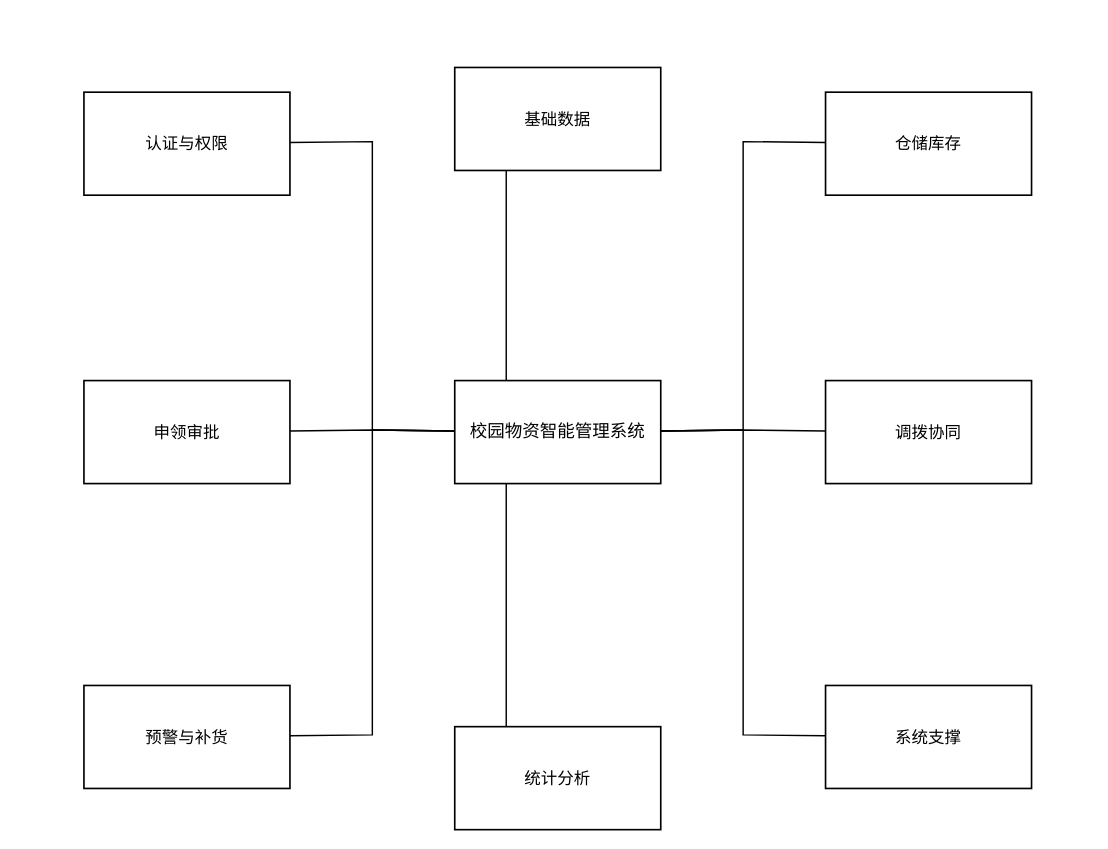
beinuela/GraProject-codex keeps this draw.io diagram as output/doc/figures/drawio/fig_3_2_modules.drawio. Above is the earlier version. Source tidied: cells renumbered, new cells numbered last; positions are measured from the earlier drawing's top-left corner, leaving out a move shared by most shapes. Both pictures are drawn from the tidied source at 103%, with x=0, y=0 at pixel (83, 67).
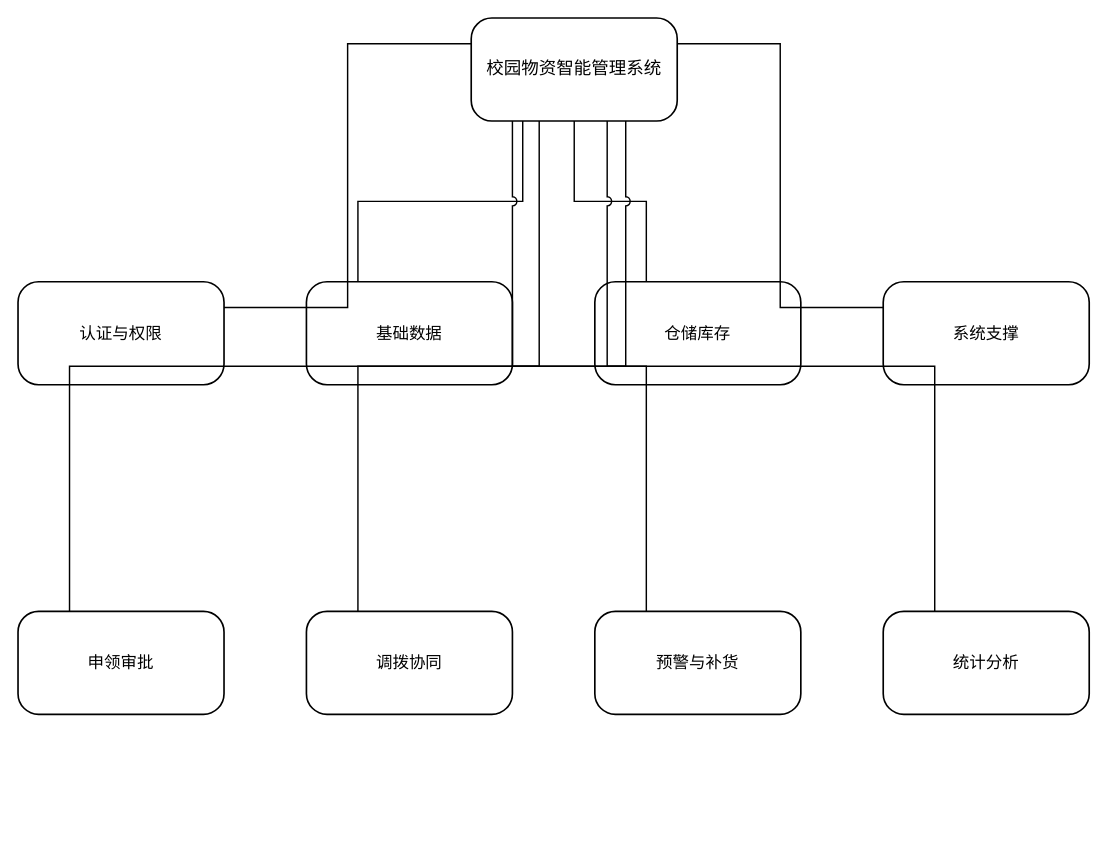
The same diagram, later.

What changed in the source:
```diff
@@
-    <mxCell id="2" value="校园物资智能管理系统" style="shape=rectangle;rounded=0;html=1;whiteSpace=wrap;fillColor=#FFFFFF;strokeColor=#000000;strokeWidth=1.6;fontColor=#000000;fontSize=17;fontFamily=Times New Roman, Georgia, serif;verticalAlign=middle;align=center;" parent="1" vertex="1">
-      <mxGeometry x="360" y="304" width="200" height="100" as="geometry" />
+    <mxCell id="2" value="校园物资智能管理系统" style="rounded=1;arcSize=20;html=1;whiteSpace=wrap;fillColor=#FFFFFF;strokeColor=#000000;strokeWidth=1.6;fontColor=#000000;fontSize=17;fontFamily=Times New Roman, Georgia, serif;verticalAlign=middle;align=center;" parent="1" vertex="1">
+      <mxGeometry x="376" y="-48" width="200" height="100" as="geometry" />
     </mxCell>
-    <mxCell id="3" value="认证与权限" style="shape=rectangle;rounded=0;html=1;whiteSpace=wrap;fillColor=#FFFFFF;strokeColor=#000000;strokeWidth=1.6;fontColor=#000000;fontSize=16;fontFamily=Times New Roman, Georgia, serif;verticalAlign=middle;align=center;" parent="1" vertex="1">
-      <mxGeometry y="24" width="200" height="100" as="geometry" />
+    <mxCell id="3" value="认证与权限" style="rounded=1;arcSize=20;html=1;whiteSpace=wrap;fillColor=#FFFFFF;strokeColor=#000000;strokeWidth=1.6;fontColor=#000000;fontSize=16;fontFamily=Times New Roman, Georgia, serif;verticalAlign=middle;align=center;" parent="1" vertex="1">
+      <mxGeometry x="-64" y="208" width="200" height="100" as="geometry" />
     </mxCell>
-    <mxCell id="4" value="基础数据" style="shape=rectangle;rounded=0;html=1;whiteSpace=wrap;fillColor=#FFFFFF;strokeColor=#000000;strokeWidth=1.6;fontColor=#000000;fontSize=16;fontFamily=Times New Roman, Georgia, serif;verticalAlign=middle;align=center;" parent="1" vertex="1">
-      <mxGeometry x="360" width="200" height="100" as="geometry" />
+    <mxCell id="4" value="基础数据" style="rounded=1;arcSize=20;html=1;whiteSpace=wrap;fillColor=#FFFFFF;strokeColor=#000000;strokeWidth=1.6;fontColor=#000000;fontSize=16;fontFamily=Times New Roman, Georgia, serif;verticalAlign=middle;align=center;" parent="1" vertex="1">
+      <mxGeometry x="216" y="208" width="200" height="100" as="geometry" />
     </mxCell>
-    <mxCell id="5" value="仓储库存" style="shape=rectangle;rounded=0;html=1;whiteSpace=wrap;fillColor=#FFFFFF;strokeColor=#000000;strokeWidth=1.6;fontColor=#000000;fontSize=16;fontFamily=Times New Roman, Georgia, serif;verticalAlign=middle;align=center;" parent="1" vertex="1">
-      <mxGeometry x="720" y="24" width="200" height="100" as="geometry" />
+    <mxCell id="5" value="仓储库存" style="rounded=1;arcSize=20;html=1;whiteSpace=wrap;fillColor=#FFFFFF;strokeColor=#000000;strokeWidth=1.6;fontColor=#000000;fontSize=16;fontFamily=Times New Roman, Georgia, serif;verticalAlign=middle;align=center;" parent="1" vertex="1">
+      <mxGeometry x="496" y="208" width="200" height="100" as="geometry" />
     </mxCell>
-    <mxCell id="6" value="申领审批" style="shape=rectangle;rounded=0;html=1;whiteSpace=wrap;fillColor=#FFFFFF;strokeColor=#000000;strokeWidth=1.6;fontColor=#000000;fontSize=16;fontFamily=Times New Roman, Georgia, serif;verticalAlign=middle;align=center;" parent="1" vertex="1">
-      <mxGeometry y="304" width="200" height="100" as="geometry" />
+    <mxCell id="6" value="申领审批" style="rounded=1;arcSize=20;html=1;whiteSpace=wrap;fillColor=#FFFFFF;strokeColor=#000000;strokeWidth=1.6;fontColor=#000000;fontSize=16;fontFamily=Times New Roman, Georgia, serif;verticalAlign=middle;align=center;" parent="1" vertex="1">
+      <mxGeometry x="-64" y="528" width="200" height="100" as="geometry" />
     </mxCell>
-    <mxCell id="7" value="调拨协同" style="shape=rectangle;rounded=0;html=1;whiteSpace=wrap;fillColor=#FFFFFF;strokeColor=#000000;strokeWidth=1.6;fontColor=#000000;fontSize=16;fontFamily=Times New Roman, Georgia, serif;verticalAlign=middle;align=center;" parent="1" vertex="1">
-      <mxGeometry x="720" y="304" width="200" height="100" as="geometry" />
+    <mxCell id="7" value="调拨协同" style="rounded=1;arcSize=20;html=1;whiteSpace=wrap;fillColor=#FFFFFF;strokeColor=#000000;strokeWidth=1.6;fontColor=#000000;fontSize=16;fontFamily=Times New Roman, Georgia, serif;verticalAlign=middle;align=center;" parent="1" vertex="1">
+      <mxGeometry x="216" y="528" width="200" height="100" as="geometry" />
     </mxCell>
-    <mxCell id="8" value="预警与补货" style="shape=rectangle;rounded=0;html=1;whiteSpace=wrap;fillColor=#FFFFFF;strokeColor=#000000;strokeWidth=1.6;fontColor=#000000;fontSize=16;fontFamily=Times New Roman, Georgia, serif;verticalAlign=middle;align=center;" parent="1" vertex="1">
-      <mxGeometry y="600" width="200" height="100" as="geometry" />
+    <mxCell id="8" value="预警与补货" style="rounded=1;arcSize=20;html=1;whiteSpace=wrap;fillColor=#FFFFFF;strokeColor=#000000;strokeWidth=1.6;fontColor=#000000;fontSize=16;fontFamily=Times New Roman, Georgia, serif;verticalAlign=middle;align=center;" parent="1" vertex="1">
+      <mxGeometry x="496" y="528" width="200" height="100" as="geometry" />
     </mxCell>
-    <mxCell id="9" value="统计分析" style="shape=rectangle;rounded=0;html=1;whiteSpace=wrap;fillColor=#FFFFFF;strokeColor=#000000;strokeWidth=1.6;fontColor=#000000;fontSize=16;fontFamily=Times New Roman, Georgia, serif;verticalAlign=middle;align=center;" parent="1" vertex="1">
-      <mxGeometry x="360" y="640" width="200" height="100" as="geometry" />
+    <mxCell id="9" value="统计分析" style="rounded=1;arcSize=20;html=1;whiteSpace=wrap;fillColor=#FFFFFF;strokeColor=#000000;strokeWidth=1.6;fontColor=#000000;fontSize=16;fontFamily=Times New Roman, Georgia, serif;verticalAlign=middle;align=center;" parent="1" vertex="1">
+      <mxGeometry x="776" y="528" width="200" height="100" as="geometry" />
     </mxCell>
-    <mxCell id="10" value="系统支撑" style="shape=rectangle;rounded=0;html=1;whiteSpace=wrap;fillColor=#FFFFFF;strokeColor=#000000;strokeWidth=1.6;fontColor=#000000;fontSize=16;fontFamily=Times New Roman, Georgia, serif;verticalAlign=middle;align=center;" parent="1" vertex="1">
-      <mxGeometry x="720" y="600" width="200" height="100" as="geometry" />
+    <mxCell id="10" value="系统支撑" style="rounded=1;arcSize=20;html=1;whiteSpace=wrap;fillColor=#FFFFFF;strokeColor=#000000;strokeWidth=1.6;fontColor=#000000;fontSize=16;fontFamily=Times New Roman, Georgia, serif;verticalAlign=middle;align=center;" parent="1" vertex="1">
+      <mxGeometry x="776" y="208" width="200" height="100" as="geometry" />
     </mxCell>
-    <mxCell id="11" style="edgeStyle=none;rounded=0;jettySize=0;html=1;strokeColor=#000000;strokeWidth=1.4;endArrow=none;endFill=1;" parent="1" edge="1" source="2" target="3">
-      <mxGeometry relative="1" as="geometry">
-        <Array as="points">
-          <mxPoint x="280" y="352" />
-          <mxPoint x="280" y="72" />
-        </Array>
-      </mxGeometry>
+    <mxCell id="11" style="edgeStyle=orthogonalEdgeStyle;rounded=0;jettySize=auto;html=1;strokeColor=#000000;strokeWidth=1.4;endArrow=none;endFill=1;exitX=0;exitY=0.25;exitDx=0;exitDy=0;entryX=1;entryY=0.25;entryDx=0;entryDy=0;jumpStyle=arc;jumpSize=8;" parent="1" edge="1" source="2" target="3">
+      <mxGeometry relative="1" as="geometry" />
     </mxCell>
-    <mxCell id="12" style="edgeStyle=none;rounded=0;jettySize=0;html=1;strokeColor=#000000;strokeWidth=1.4;endArrow=none;endFill=1;exitX=0.25;exitY=0;exitDx=0;exitDy=0;entryX=0.25;entryY=1;entryDx=0;entryDy=0;" parent="1" edge="1" source="2" target="4">
+    <mxCell id="12" style="edgeStyle=orthogonalEdgeStyle;rounded=0;jettySize=auto;html=1;strokeColor=#000000;strokeWidth=1.4;endArrow=none;endFill=1;exitX=0.25;exitY=1;exitDx=0;exitDy=0;entryX=0.25;entryY=0;entryDx=0;entryDy=0;jumpStyle=arc;jumpSize=8;" parent="1" edge="1" source="2" target="4">
       <mxGeometry relative="1" as="geometry" />
     </mxCell>
-    <mxCell id="13" style="edgeStyle=none;rounded=0;jettySize=0;html=1;strokeColor=#000000;strokeWidth=1.4;endArrow=none;endFill=1;" parent="1" edge="1" source="2" target="5">
-      <mxGeometry relative="1" as="geometry">
-        <Array as="points">
-          <mxPoint x="640" y="352" />
-          <mxPoint x="640" y="72" />
-        </Array>
-      </mxGeometry>
+    <mxCell id="13" style="edgeStyle=orthogonalEdgeStyle;rounded=0;jettySize=auto;html=1;strokeColor=#000000;strokeWidth=1.4;endArrow=none;endFill=1;exitX=0.5;exitY=1;exitDx=0;exitDy=0;entryX=0.25;entryY=0;entryDx=0;entryDy=0;jumpStyle=arc;jumpSize=8;" parent="1" edge="1" source="2" target="5">
+      <mxGeometry relative="1" as="geometry" />
     </mxCell>
-    <mxCell id="14" style="edgeStyle=none;rounded=0;jettySize=0;html=1;strokeColor=#000000;strokeWidth=1.4;endArrow=none;endFill=1;" parent="1" edge="1" source="2" target="6">
-      <mxGeometry relative="1" as="geometry">
-        <Array as="points">
-          <mxPoint x="280" y="352" />
-        </Array>
-      </mxGeometry>
+    <mxCell id="14" style="edgeStyle=orthogonalEdgeStyle;rounded=0;jettySize=auto;html=1;strokeColor=#000000;strokeWidth=1.4;endArrow=none;endFill=1;exitX=0.75;exitY=1;exitDx=0;exitDy=0;entryX=0.25;entryY=0;entryDx=0;entryDy=0;jumpStyle=arc;jumpSize=8;" parent="1" edge="1" source="2" target="6">
+      <mxGeometry relative="1" as="geometry" />
     </mxCell>
-    <mxCell id="15" style="edgeStyle=none;rounded=0;jettySize=0;html=1;strokeColor=#000000;strokeWidth=1.4;endArrow=none;endFill=1;" parent="1" edge="1" source="2" target="7">
-      <mxGeometry relative="1" as="geometry">
-        <Array as="points">
-          <mxPoint x="640" y="352" />
-        </Array>
-      </mxGeometry>
+    <mxCell id="15" style="edgeStyle=orthogonalEdgeStyle;rounded=0;jettySize=auto;html=1;strokeColor=#000000;strokeWidth=1.4;endArrow=none;endFill=1;exitX=0.33;exitY=1;exitDx=0;exitDy=0;entryX=0.25;entryY=0;entryDx=0;entryDy=0;jumpStyle=arc;jumpSize=8;" parent="1" edge="1" source="2" target="7">
+      <mxGeometry relative="1" as="geometry" />
     </mxCell>
-    <mxCell id="16" style="edgeStyle=none;rounded=0;jettySize=0;html=1;strokeColor=#000000;strokeWidth=1.4;endArrow=none;endFill=1;" parent="1" edge="1" source="2" target="8">
-      <mxGeometry relative="1" as="geometry">
-        <Array as="points">
-          <mxPoint x="280" y="352" />
-          <mxPoint x="280" y="648" />
-        </Array>
-      </mxGeometry>
+    <mxCell id="16" style="edgeStyle=orthogonalEdgeStyle;rounded=0;jettySize=auto;html=1;strokeColor=#000000;strokeWidth=1.4;endArrow=none;endFill=1;exitX=0.66;exitY=1;exitDx=0;exitDy=0;entryX=0.25;entryY=0;entryDx=0;entryDy=0;jumpStyle=arc;jumpSize=8;" parent="1" edge="1" source="2" target="8">
+      <mxGeometry relative="1" as="geometry" />
     </mxCell>
-    <mxCell id="17" style="edgeStyle=none;rounded=0;jettySize=0;html=1;strokeColor=#000000;strokeWidth=1.4;endArrow=none;endFill=1;exitX=0.25;exitY=1;exitDx=0;exitDy=0;entryX=0.25;entryY=0;entryDx=0;entryDy=0;" parent="1" edge="1" source="2" target="9">
+    <mxCell id="17" style="edgeStyle=orthogonalEdgeStyle;rounded=0;jettySize=auto;html=1;strokeColor=#000000;strokeWidth=1.4;endArrow=none;endFill=1;exitX=0.2;exitY=1;exitDx=0;exitDy=0;entryX=0.25;entryY=0;entryDx=0;entryDy=0;jumpStyle=arc;jumpSize=8;" parent="1" edge="1" source="2" target="9">
       <mxGeometry relative="1" as="geometry" />
     </mxCell>
-    <mxCell id="18" style="edgeStyle=none;rounded=0;jettySize=0;html=1;strokeColor=#000000;strokeWidth=1.4;endArrow=none;endFill=1;" parent="1" edge="1" source="2" target="10">
-      <mxGeometry relative="1" as="geometry">
-        <Array as="points">
-          <mxPoint x="640" y="352" />
-          <mxPoint x="640" y="648" />
-        </Array>
-      </mxGeometry>
+    <mxCell id="18" style="edgeStyle=orthogonalEdgeStyle;rounded=0;jettySize=auto;html=1;strokeColor=#000000;strokeWidth=1.4;endArrow=none;endFill=1;exitX=1;exitY=0.25;exitDx=0;exitDy=0;entryX=0;entryY=0.25;entryDx=0;entryDy=0;jumpStyle=arc;jumpSize=8;" parent="1" edge="1" source="2" target="10">
+      <mxGeometry relative="1" as="geometry" />
     </mxCell>
```
